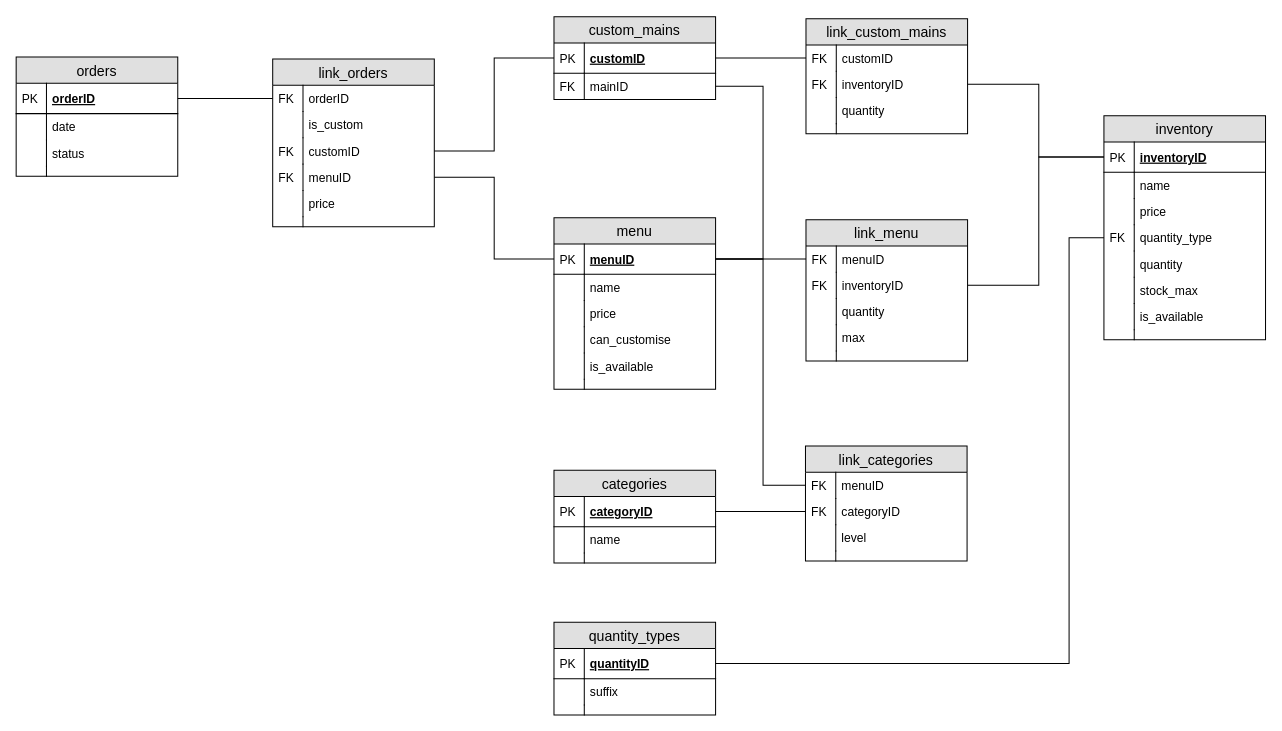
The draw.io diagram docs/database schema.drawio in featherbear/UNSW-COMP1531-Assignment, before the edit. Source tidied: cells renumbered, new cells numbered last; positions are measured from the earlier drawing's top-left corner, leaving out a move shared by most shapes. Both pictures are drawn from the tidied source at 101%, with x=0, y=0 at pixel (16, 16).
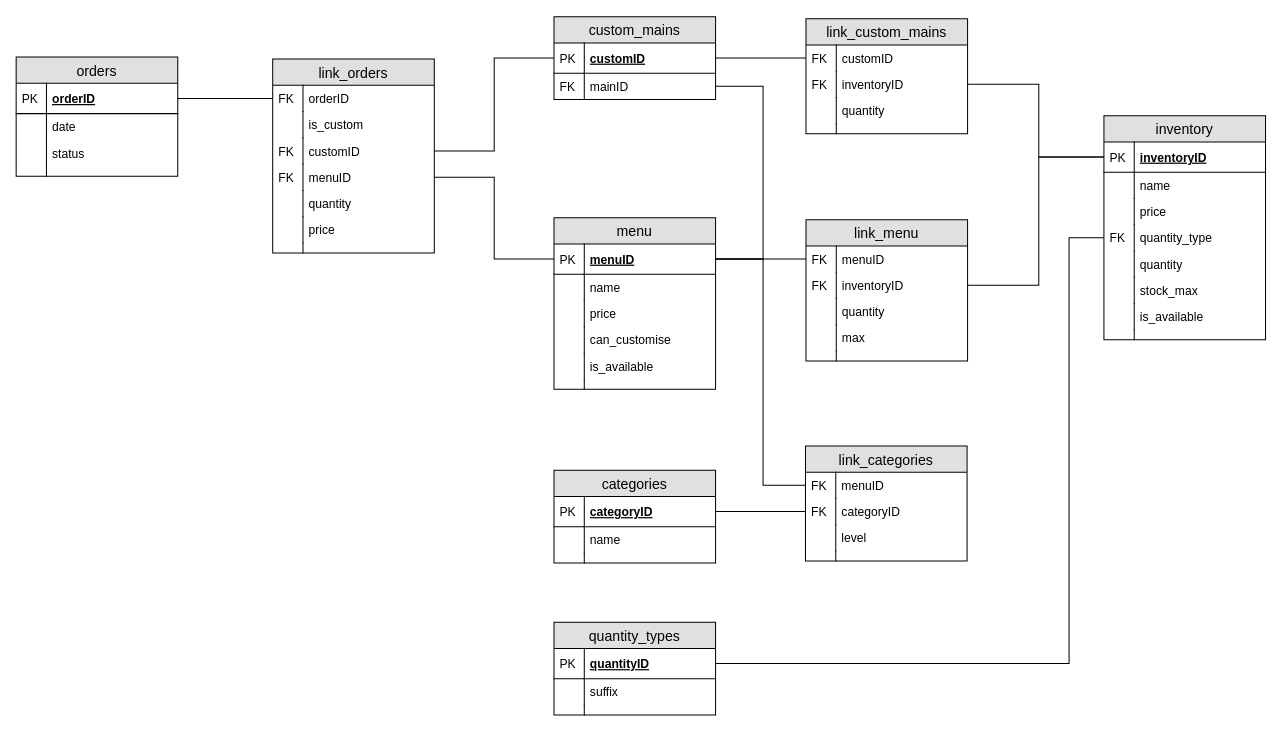
The same page after the edit.

The edit, as a diff of the source:
```diff
@@
     <mxCell id="44" value="link_orders" style="swimlane;fontStyle=0;horizontal=1;startSize=26;fillColor=#e0e0e0;swimlaneFillColor=#ffffff;align=center;fontSize=14;" parent="1" vertex="1">
-      <mxGeometry x="253.5" y="42" width="160" height="166" as="geometry" />
+      <mxGeometry x="253.5" y="42" width="160" height="192" as="geometry" />
     </mxCell>
@@
+    <mxCell id="113" value="quantity" style="shape=partialRectangle;top=0;left=0;right=0;bottom=0;align=left;verticalAlign=top;fillColor=none;spacingLeft=34;spacingRight=4;overflow=hidden;fontSize=12;" parent="44" vertex="1">
+      <mxGeometry y="130" width="160" height="26" as="geometry" />
+    </mxCell>
+    <mxCell id="114" style="shape=partialRectangle;top=0;left=0;bottom=0;fillColor=none;align=left;verticalAlign=top;spacingLeft=4;spacingRight=4;overflow=hidden;fontSize=12;" parent="113" vertex="1">
+      <mxGeometry width="30" height="26" as="geometry" />
+    </mxCell>
     <mxCell id="53" value="price" style="shape=partialRectangle;top=0;left=0;right=0;bottom=0;align=left;verticalAlign=top;fillColor=none;spacingLeft=34;spacingRight=4;overflow=hidden;fontSize=12;" parent="44" vertex="1">
-      <mxGeometry y="130" width="160" height="26" as="geometry" />
+      <mxGeometry y="156" width="160" height="26" as="geometry" />
     </mxCell>
@@
     <mxCell id="55" style="shape=partialRectangle;top=0;left=0;right=0;bottom=0;align=left;verticalAlign=top;fillColor=none;spacingLeft=34;spacingRight=4;overflow=hidden;fontSize=12;" parent="44" vertex="1">
-      <mxGeometry y="156" width="160" height="10" as="geometry" />
+      <mxGeometry y="182" width="160" height="10" as="geometry" />
     </mxCell>
```
